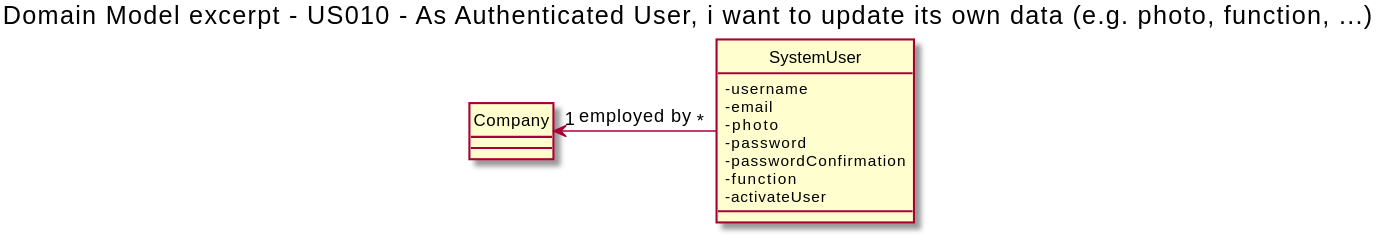
nunogon1211787/projectManagement keeps this PlantUML diagram as docs/Sprint1/US007/US007-MD.svg. Above is the earlier version.
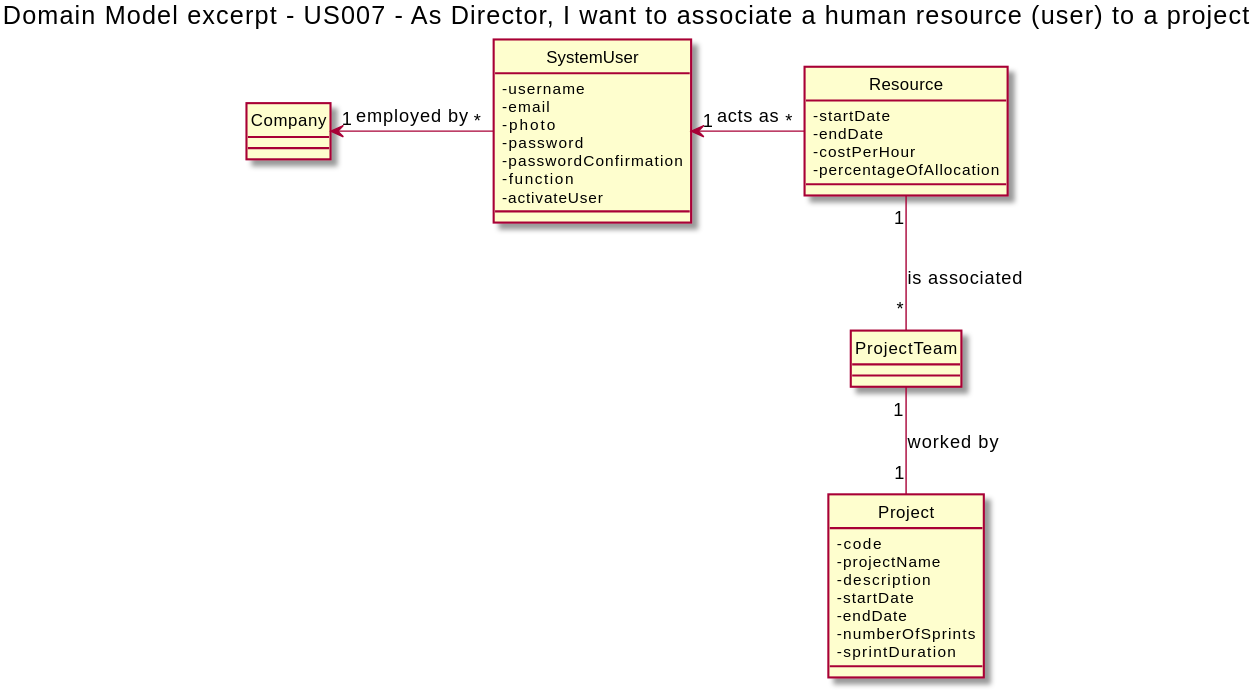
After the change.

What changed in the source:
```diff
@@ -3,12 +3,11 @@
 skinparam classAttributeIconSize 0
 hide circle
 
-title Domain Model excerpt - US010 - As Authenticated User, i want to update its own data (e.g. photo, function, ...)
+title Domain Model excerpt - US007 - As Director, I want to associate a human resource (user) to a project
 
 
 class Company{
 }
-
 class SystemUser{
 - username
 - email
@@ -18,11 +17,29 @@
 - function
 - activateUser
 }
-
+class Project{
+- code
+- projectName
+- description
+- startDate
+- endDate
+- numberOfSprints
+- sprintDuration
+}
+class ProjectTeam{
+}
+class Resource {
+- startDate
+- endDate
+- costPerHour
+- percentageOfAllocation
+}
 
 
 Company "1" <-right- "*" SystemUser: employed by
-
+Project "1" -up- "1" ProjectTeam: worked by
+ProjectTeam "*" -up- "1" Resource: is associated
+SystemUser "1" <-right- "*" Resource: acts as
 
 
 @enduml
```
